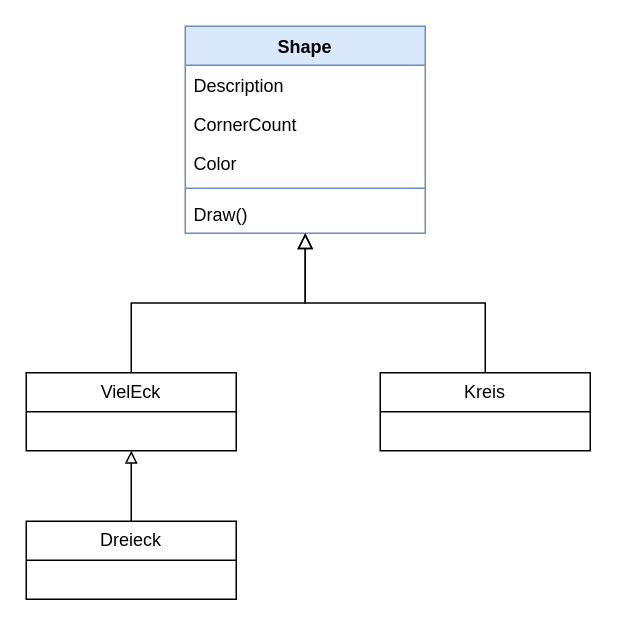
Before: src/20231107/VererbungBsp/Classdiagram_Shapes.drawio in atillakati/sw_developer_2023_trainer, a draw.io diagram. Source tidied: cells renumbered, new cells numbered last; positions are measured from the earlier drawing's top-left corner, leaving out a move shared by most shapes. Both pictures are drawn from the tidied source at 150%, with x=0, y=0 at pixel (26, 26).
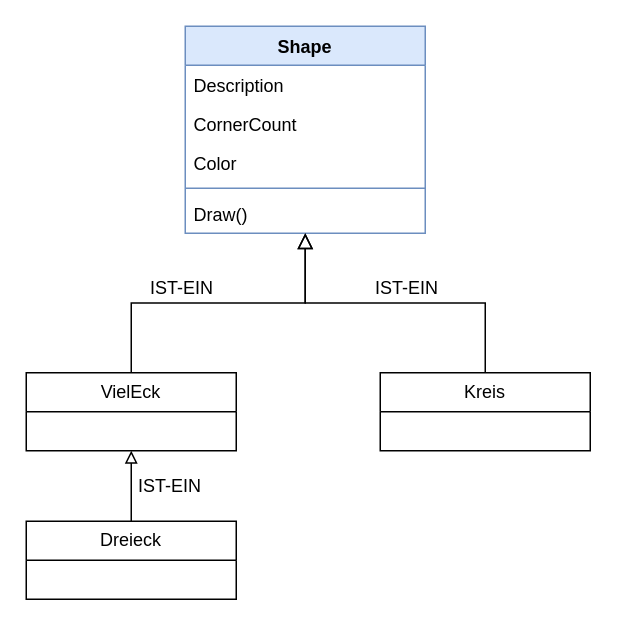
After the change.

Commit message:
Update Shapes diagram

What changed in the source:
```diff
@@
 <mxGraphModel>
   <root>
     <mxCell id="0" />
     <mxCell id="1" parent="0" />
     <mxCell id="2" value="Shape" style="swimlane;fontStyle=1;align=center;verticalAlign=top;horizontal=1;startSize=26;whiteSpace=wrap;html=1;fillColor=#dae8fc;strokeColor=#6c8ebf;" parent="1" vertex="1">
       <mxGeometry x="106" width="160" height="138" as="geometry" />
     </mxCell>
     <mxCell id="3" value="Description" style="text;strokeColor=none;fillColor=none;align=left;verticalAlign=top;spacingLeft=4;spacingRight=4;overflow=hidden;whiteSpace=wrap;html=1;" parent="2" vertex="1">
       <mxGeometry y="26" width="160" height="26" as="geometry" />
     </mxCell>
     <mxCell id="4" value="CornerCount" style="text;strokeColor=none;fillColor=none;align=left;verticalAlign=top;spacingLeft=4;spacingRight=4;overflow=hidden;whiteSpace=wrap;html=1;" parent="2" vertex="1">
       <mxGeometry y="52" width="160" height="26" as="geometry" />
     </mxCell>
     <mxCell id="5" value="Color" style="text;strokeColor=none;fillColor=none;align=left;verticalAlign=top;spacingLeft=4;spacingRight=4;overflow=hidden;whiteSpace=wrap;html=1;" parent="2" vertex="1">
       <mxGeometry y="78" width="160" height="26" as="geometry" />
     </mxCell>
     <mxCell id="6" style="line;strokeWidth=1;fillColor=none;align=left;verticalAlign=middle;spacingTop=-1;spacingLeft=3;spacingRight=3;labelPosition=right;strokeColor=inherit;" parent="2" vertex="1">
       <mxGeometry y="104" width="160" height="8" as="geometry" />
     </mxCell>
     <mxCell id="7" value="Draw()" style="text;strokeColor=none;fillColor=none;align=left;verticalAlign=top;spacingLeft=4;spacingRight=4;overflow=hidden;whiteSpace=wrap;html=1;" parent="2" vertex="1">
       <mxGeometry y="112" width="160" height="26" as="geometry" />
     </mxCell>
     <mxCell id="8" style="edgeStyle=orthogonalEdgeStyle;rounded=0;jettySize=auto;html=1;endArrow=block;endFill=0;endSize=8;exitX=0.5;exitY=0;exitDx=0;exitDy=0;" parent="1" edge="1" source="11" target="2">
       <mxGeometry relative="1" as="geometry" />
     </mxCell>
     <mxCell id="9" style="edgeStyle=orthogonalEdgeStyle;rounded=0;jettySize=auto;html=1;endArrow=block;endFill=0;endSize=8;" parent="1" edge="1" source="12" target="2">
       <mxGeometry relative="1" as="geometry" />
     </mxCell>
     <mxCell id="10" style="edgeStyle=orthogonalEdgeStyle;rounded=0;jettySize=auto;html=1;endArrow=block;endFill=0;" parent="1" edge="1" source="13" target="11">
       <mxGeometry relative="1" as="geometry" />
     </mxCell>
     <mxCell id="11" value="VielEck" style="swimlane;fontStyle=0;horizontal=1;startSize=26;fillColor=none;whiteSpace=wrap;html=1;" parent="1" vertex="1">
       <mxGeometry y="231" width="140" height="52" as="geometry" />
     </mxCell>
     <mxCell id="12" value="Kreis" style="swimlane;fontStyle=0;horizontal=1;startSize=26;fillColor=none;whiteSpace=wrap;html=1;" parent="1" vertex="1">
       <mxGeometry x="236" y="231" width="140" height="52" as="geometry" />
     </mxCell>
     <mxCell id="13" value="Dreieck" style="swimlane;fontStyle=0;horizontal=1;startSize=26;fillColor=none;whiteSpace=wrap;html=1;" parent="1" vertex="1">
       <mxGeometry y="330" width="140" height="52" as="geometry" />
     </mxCell>
+    <mxCell id="14" value="IST-EIN" style="text;html=1;strokeColor=none;fillColor=none;align=center;verticalAlign=middle;whiteSpace=wrap;rounded=0;" parent="1" vertex="1">
+      <mxGeometry x="224" y="160" width="60" height="30" as="geometry" />
+    </mxCell>
+    <mxCell id="15" value="IST-EIN" style="text;html=1;strokeColor=none;fillColor=none;align=center;verticalAlign=middle;whiteSpace=wrap;rounded=0;" parent="1" vertex="1">
+      <mxGeometry x="74" y="160" width="60" height="30" as="geometry" />
+    </mxCell>
+    <mxCell id="16" value="IST-EIN" style="text;html=1;strokeColor=none;fillColor=none;align=center;verticalAlign=middle;whiteSpace=wrap;rounded=0;" parent="1" vertex="1">
+      <mxGeometry x="66" y="292" width="60" height="30" as="geometry" />
+    </mxCell>
   </root>
 </mxGraphModel>
```
